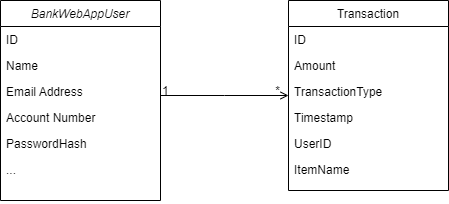
Above: readme/BankWebAppClassDiagram.png in Koaestro/BankWebApp (draw.io), before the change. Source tidied: cells renumbered, new cells last; positions are measured from the earlier drawing's top-left corner, leaving out a move shared by most shapes.
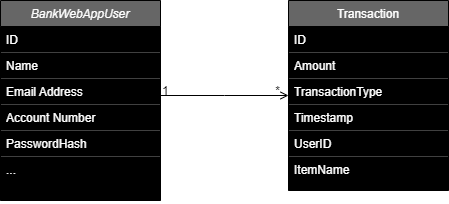
After the change.

Diff of the diagram source:
```diff
@@ -1,48 +1,48 @@
-<mxGraphModel>
+<mxGraphModel background="#ffffff">
   <root>
     <mxCell id="0" />
     <mxCell id="1" parent="0" />
-    <mxCell id="2" value="BankWebAppUser" style="swimlane;fontStyle=2;align=center;verticalAlign=top;horizontal=1;startSize=26;rounded=0;shadow=0;strokeWidth=1;" parent="1" vertex="1">
+    <mxCell id="2" value="BankWebAppUser" style="swimlane;fontStyle=2;align=center;verticalAlign=top;horizontal=1;startSize=26;rounded=0;shadow=0;strokeWidth=1;fontColor=#FFFFFF;fillColor=#666666;" parent="1" vertex="1">
       <mxGeometry width="160" height="200" as="geometry" />
     </mxCell>
-    <mxCell id="3" value="ID" style="text;align=left;verticalAlign=top;spacingLeft=4;spacingRight=4;overflow=hidden;" parent="2" vertex="1">
+    <mxCell id="3" value="ID" style="text;align=left;verticalAlign=top;spacingLeft=4;spacingRight=4;overflow=hidden;fillColor=#000000;fontColor=#FFFFFF;" parent="2" vertex="1">
       <mxGeometry y="26" width="160" height="26" as="geometry" />
     </mxCell>
-    <mxCell id="4" value="Name" style="text;align=left;verticalAlign=top;spacingLeft=4;spacingRight=4;overflow=hidden;rounded=0;shadow=0;html=0;" parent="2" vertex="1">
+    <mxCell id="4" value="Name" style="text;align=left;verticalAlign=top;spacingLeft=4;spacingRight=4;overflow=hidden;rounded=0;shadow=0;html=0;fillColor=#000000;fontColor=#FFFFFF;" parent="2" vertex="1">
       <mxGeometry y="52" width="160" height="26" as="geometry" />
     </mxCell>
-    <mxCell id="5" value="Email Address" style="text;align=left;verticalAlign=top;spacingLeft=4;spacingRight=4;overflow=hidden;rounded=0;shadow=0;html=0;" parent="2" vertex="1">
+    <mxCell id="5" value="Email Address" style="text;align=left;verticalAlign=top;spacingLeft=4;spacingRight=4;overflow=hidden;rounded=0;shadow=0;html=0;fillColor=#000000;fontColor=#FFFFFF;" parent="2" vertex="1">
       <mxGeometry y="78" width="160" height="26" as="geometry" />
     </mxCell>
-    <mxCell id="6" value="Account Number" style="text;align=left;verticalAlign=top;spacingLeft=4;spacingRight=4;overflow=hidden;rounded=0;shadow=0;html=0;" parent="2" vertex="1">
+    <mxCell id="6" value="Account Number" style="text;align=left;verticalAlign=top;spacingLeft=4;spacingRight=4;overflow=hidden;rounded=0;shadow=0;html=0;fillColor=#000000;fontColor=#FFFFFF;" parent="2" vertex="1">
       <mxGeometry y="104" width="160" height="26" as="geometry" />
     </mxCell>
-    <mxCell id="7" value="PasswordHash" style="text;align=left;verticalAlign=top;spacingLeft=4;spacingRight=4;overflow=hidden;rounded=0;shadow=0;html=0;" parent="2" vertex="1">
+    <mxCell id="7" value="PasswordHash" style="text;align=left;verticalAlign=top;spacingLeft=4;spacingRight=4;overflow=hidden;rounded=0;shadow=0;html=0;fillColor=#000000;fontColor=#FFFFFF;" parent="2" vertex="1">
       <mxGeometry y="130" width="160" height="26" as="geometry" />
     </mxCell>
-    <mxCell id="8" value="..." style="text;align=left;verticalAlign=top;spacingLeft=4;spacingRight=4;overflow=hidden;rounded=0;shadow=0;html=0;" parent="2" vertex="1">
+    <mxCell id="8" value="..." style="text;align=left;verticalAlign=top;spacingLeft=4;spacingRight=4;overflow=hidden;rounded=0;shadow=0;html=0;fillColor=#000000;fontColor=#FFFFFF;" parent="2" vertex="1">
       <mxGeometry y="156" width="160" height="44" as="geometry" />
     </mxCell>
-    <mxCell id="9" value="Transaction" style="swimlane;fontStyle=0;align=center;verticalAlign=top;horizontal=1;startSize=26;rounded=0;shadow=0;strokeWidth=1;" parent="1" vertex="1">
+    <mxCell id="9" value="Transaction" style="swimlane;fontStyle=0;align=center;verticalAlign=top;horizontal=1;startSize=26;rounded=0;shadow=0;strokeWidth=1;fontColor=#FFFFFF;fillColor=#666666;" parent="1" vertex="1">
       <mxGeometry x="288" width="160" height="190" as="geometry" />
     </mxCell>
-    <mxCell id="10" value="ID" style="text;align=left;verticalAlign=top;spacingLeft=4;spacingRight=4;overflow=hidden;" parent="9" vertex="1">
+    <mxCell id="10" value="ID" style="text;align=left;verticalAlign=top;spacingLeft=4;spacingRight=4;overflow=hidden;fillColor=#000000;fontColor=#FFFFFF;" parent="9" vertex="1">
       <mxGeometry y="26" width="160" height="26" as="geometry" />
     </mxCell>
-    <mxCell id="11" value="Amount" style="text;align=left;verticalAlign=top;spacingLeft=4;spacingRight=4;overflow=hidden;rounded=0;shadow=0;html=0;" parent="9" vertex="1">
+    <mxCell id="11" value="Amount" style="text;align=left;verticalAlign=top;spacingLeft=4;spacingRight=4;overflow=hidden;rounded=0;shadow=0;html=0;fillColor=#000000;fontColor=#FFFFFF;" parent="9" vertex="1">
       <mxGeometry y="52" width="160" height="26" as="geometry" />
     </mxCell>
-    <mxCell id="12" value="TransactionType" style="text;align=left;verticalAlign=top;spacingLeft=4;spacingRight=4;overflow=hidden;rounded=0;shadow=0;html=0;" parent="9" vertex="1">
+    <mxCell id="12" value="TransactionType" style="text;align=left;verticalAlign=top;spacingLeft=4;spacingRight=4;overflow=hidden;rounded=0;shadow=0;html=0;fillColor=#000000;fontColor=#FFFFFF;" parent="9" vertex="1">
       <mxGeometry y="78" width="160" height="26" as="geometry" />
     </mxCell>
-    <mxCell id="13" value="Timestamp    " style="text;align=left;verticalAlign=top;spacingLeft=4;spacingRight=4;overflow=hidden;rounded=0;shadow=0;html=0;" parent="9" vertex="1">
+    <mxCell id="13" value="Timestamp    " style="text;align=left;verticalAlign=top;spacingLeft=4;spacingRight=4;overflow=hidden;rounded=0;shadow=0;html=0;fillColor=#000000;fontColor=#FFFFFF;" parent="9" vertex="1">
       <mxGeometry y="104" width="160" height="26" as="geometry" />
     </mxCell>
-    <mxCell id="14" value="UserID" style="text;align=left;verticalAlign=top;spacingLeft=4;spacingRight=4;overflow=hidden;rounded=0;shadow=0;html=0;" parent="9" vertex="1">
+    <mxCell id="14" value="UserID" style="text;align=left;verticalAlign=top;spacingLeft=4;spacingRight=4;overflow=hidden;rounded=0;shadow=0;html=0;fillColor=#000000;fontColor=#FFFFFF;" parent="9" vertex="1">
       <mxGeometry y="130" width="160" height="26" as="geometry" />
     </mxCell>
-    <mxCell id="15" value="ItemName" style="text;align=left;verticalAlign=top;spacingLeft=4;spacingRight=4;overflow=hidden;rounded=0;shadow=0;html=0;" parent="9" vertex="1">
-      <mxGeometry y="156" width="160" height="26" as="geometry" />
+    <mxCell id="15" value="ItemName" style="text;align=left;verticalAlign=top;spacingLeft=4;spacingRight=4;overflow=hidden;rounded=0;shadow=0;html=0;fillColor=#000000;fontColor=#FFFFFF;" parent="9" vertex="1">
+      <mxGeometry y="156" width="160" height="34" as="geometry" />
     </mxCell>
     <mxCell id="16" style="endArrow=open;shadow=0;strokeWidth=1;rounded=0;curved=0;endFill=1;edgeStyle=elbowEdgeStyle;elbow=vertical;" parent="1" edge="1" source="2" target="9">
       <mxGeometry x="0.5" y="41" relative="1" as="geometry">
```
